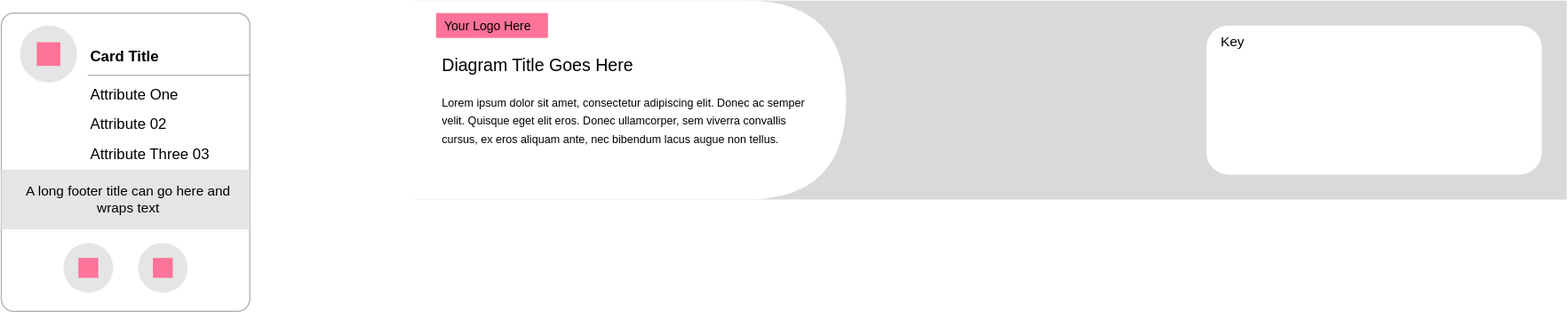
Before: Diagram v2.drawio.svg, a diagram exported from draw.io (gopal100501/docs_okf_v1). Source tidied: cells renumbered, new cells last; positions are measured from the earlier drawing's top-left corner, leaving out a move shared by most shapes.
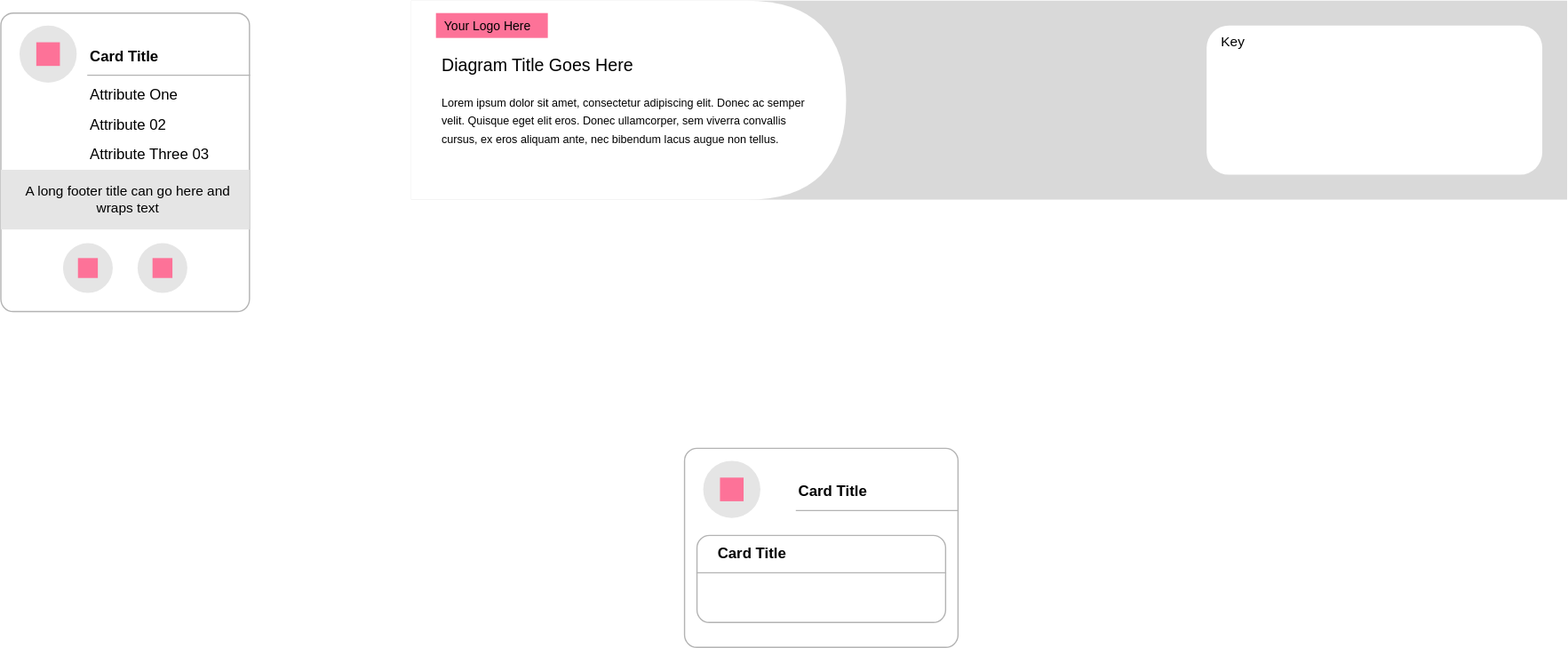
Above is the later version.

The edit, as a diff of the source:
```diff
@@ -81,5 +81,31 @@
         <mxPoint x="-290" y="20" as="offset" />
       </mxGeometry>
     </mxCell>
+    <mxCell id="19" style="rounded=1;whiteSpace=wrap;html=1;strokeColor=#B3B3B3;arcSize=20;absoluteArcSize=1;" parent="1" vertex="1">
+      <mxGeometry x="550" y="360" width="220" height="160" as="geometry" />
+    </mxCell>
+    <mxCell id="20" style="ellipse;whiteSpace=wrap;html=1;strokeColor=none;fillColor=#e5e5e5;" parent="19" vertex="1">
+      <mxGeometry width="46" height="46" relative="1" as="geometry">
+        <mxPoint x="15" y="10" as="offset" />
+      </mxGeometry>
+    </mxCell>
+    <mxCell id="21" style="html=1;strokeColor=none;fillColor=#fd7298;" parent="20" vertex="1">
+      <mxGeometry x="0.5" y="0.5" width="19" height="19" relative="1" as="geometry">
+        <mxPoint x="-9.5" y="-9.5" as="offset" />
+      </mxGeometry>
+    </mxCell>
+    <mxCell id="22" value="Card Title" style="shape=partialRectangle;whiteSpace=wrap;html=1;top=0;left=0;fillColor=none;right=0;fontStyle=1;align=left;strokeColor=#B3B3B3;" parent="19" vertex="1">
+      <mxGeometry x="1" width="130" height="30" relative="1" as="geometry">
+        <mxPoint x="-130" y="20" as="offset" />
+      </mxGeometry>
+    </mxCell>
+    <mxCell id="23" style="shape=rect;rounded=1;whiteSpace=wrap;html=1;strokeColor=#B3B3B3;arcSize=20;absoluteArcSize=1;" parent="19" vertex="1">
+      <mxGeometry width="200" height="70" relative="1" as="geometry">
+        <mxPoint x="10" y="70" as="offset" />
+      </mxGeometry>
+    </mxCell>
+    <mxCell id="24" value="Card Title" style="shape=partialRectangle;whiteSpace=wrap;html=1;top=0;left=0;fillColor=none;right=0;fontStyle=1;align=left;strokeColor=#B3B3B3;spacingLeft=15;" parent="23" vertex="1">
+      <mxGeometry width="200" height="30" relative="1" as="geometry" />
+    </mxCell>
   </root>
 </mxGraphModel>
```
